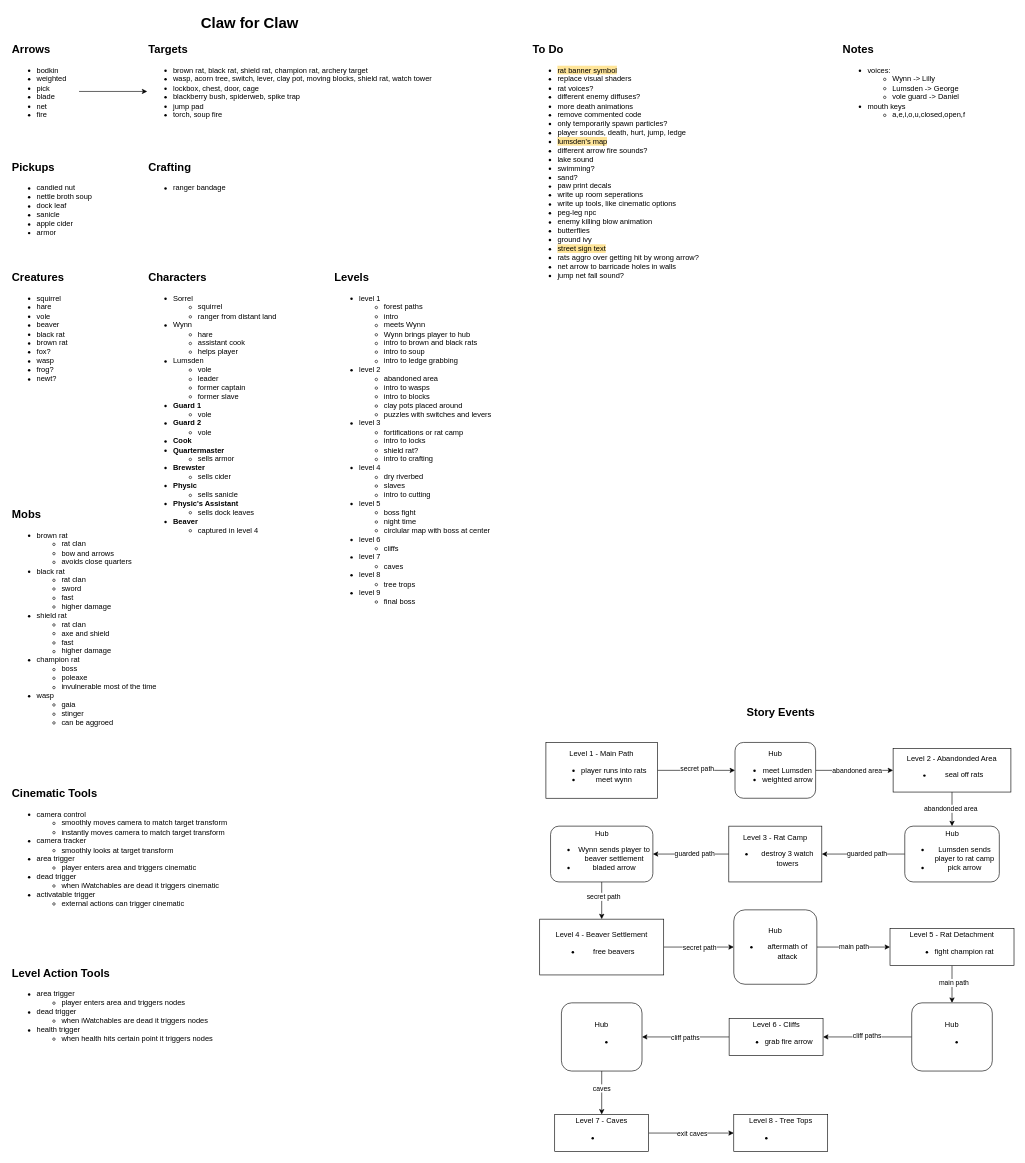
camerondedore/Godot-Project-3 keeps this draw.io diagram as Planning/design-doc.drawio. Above is the earlier version. Source tidied: cells renumbered, new cells numbered last; positions are measured from the earlier drawing's top-left corner, leaving out a move shared by most shapes. Both pictures are drawn from the tidied source at 62%, with x=0, y=0 at pixel (11, 11).
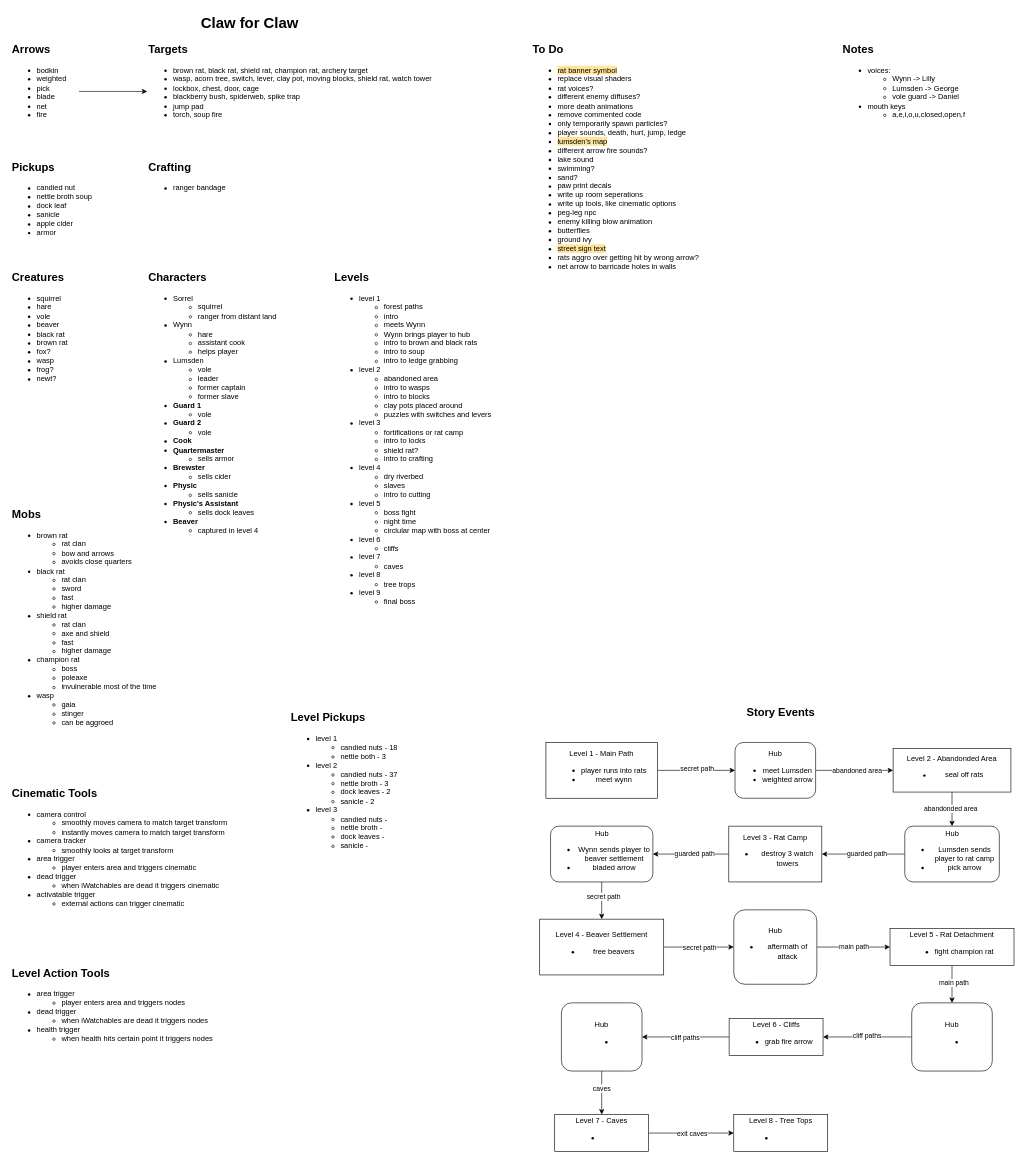
Above is the later version.

Change to the diagram source:
```diff
@@
-    <mxCell id="19" value="&lt;ul&gt;&lt;li&gt;&lt;span style=&quot;background-color: rgb(255, 229, 153);&quot;&gt;rat banner symbol&lt;/span&gt;&lt;/li&gt;&lt;li&gt;&lt;span style=&quot;background-color: transparent; color: light-dark(rgb(0, 0, 0), rgb(255, 255, 255));&quot;&gt;replace visual shaders&lt;/span&gt;&lt;/li&gt;&lt;li&gt;rat voices?&lt;/li&gt;&lt;li&gt;different enemy diffuses?&lt;/li&gt;&lt;li&gt;more death animations&lt;/li&gt;&lt;li&gt;&lt;span style=&quot;background-color: transparent; color: light-dark(rgb(0, 0, 0), rgb(255, 255, 255));&quot;&gt;remove commented code&lt;/span&gt;&lt;/li&gt;&lt;li&gt;only temporarily spawn particles?&lt;/li&gt;&lt;li&gt;player sounds, death, hurt, jump, ledge&lt;/li&gt;&lt;li&gt;&lt;font style=&quot;color: rgb(0, 0, 0); background-color: rgb(255, 229, 153);&quot;&gt;lumsden's map&lt;/font&gt;&lt;/li&gt;&lt;li&gt;different arrow fire sounds?&lt;/li&gt;&lt;li&gt;lake sound&lt;/li&gt;&lt;li&gt;swimming?&lt;/li&gt;&lt;li&gt;&lt;span&gt;sand&lt;/span&gt;?&lt;/li&gt;&lt;li&gt;paw print decals&lt;/li&gt;&lt;li&gt;&lt;span style=&quot;background-color: transparent; color: light-dark(rgb(0, 0, 0), rgb(255, 255, 255));&quot;&gt;write up room seperations&lt;/span&gt;&lt;/li&gt;&lt;li&gt;write up tools, like cinematic options&lt;/li&gt;&lt;li&gt;peg-leg npc&lt;/li&gt;&lt;li&gt;enemy killing blow animation&lt;/li&gt;&lt;li&gt;butterflies&lt;/li&gt;&lt;li&gt;ground ivy&lt;/li&gt;&lt;li&gt;&lt;span style=&quot;background-color: rgb(255, 229, 153);&quot;&gt;street sign text&lt;/span&gt;&lt;/li&gt;&lt;li&gt;&lt;span&gt;rats aggro over getting hit by wrong arrow?&lt;/span&gt;&lt;/li&gt;&lt;li&gt;net arrow to barricade holes in walls&lt;/li&gt;&lt;li&gt;&lt;span style=&quot;background-color: transparent; color: light-dark(rgb(0, 0, 0), rgb(255, 255, 255));&quot;&gt;jump net fall sound?&lt;/span&gt;&lt;/li&gt;&lt;/ul&gt;" style="text;html=1;align=left;verticalAlign=top;whiteSpace=wrap;rounded=0;" parent="1" vertex="1">
+    <mxCell id="19" value="&lt;ul&gt;&lt;li&gt;&lt;span style=&quot;background-color: rgb(255, 229, 153);&quot;&gt;rat banner symbol&lt;/span&gt;&lt;/li&gt;&lt;li&gt;&lt;span style=&quot;background-color: transparent; color: light-dark(rgb(0, 0, 0), rgb(255, 255, 255));&quot;&gt;replace visual shaders&lt;/span&gt;&lt;/li&gt;&lt;li&gt;rat voices?&lt;/li&gt;&lt;li&gt;different enemy diffuses?&lt;/li&gt;&lt;li&gt;more death animations&lt;/li&gt;&lt;li&gt;&lt;span style=&quot;background-color: transparent; color: light-dark(rgb(0, 0, 0), rgb(255, 255, 255));&quot;&gt;remove commented code&lt;/span&gt;&lt;/li&gt;&lt;li&gt;only temporarily spawn particles?&lt;/li&gt;&lt;li&gt;player sounds, death, hurt, jump, ledge&lt;/li&gt;&lt;li&gt;&lt;font style=&quot;color: rgb(0, 0, 0); background-color: rgb(255, 229, 153);&quot;&gt;lumsden's map&lt;/font&gt;&lt;/li&gt;&lt;li&gt;different arrow fire sounds?&lt;/li&gt;&lt;li&gt;lake sound&lt;/li&gt;&lt;li&gt;swimming?&lt;/li&gt;&lt;li&gt;&lt;span&gt;sand&lt;/span&gt;?&lt;/li&gt;&lt;li&gt;paw print decals&lt;/li&gt;&lt;li&gt;&lt;span style=&quot;background-color: transparent; color: light-dark(rgb(0, 0, 0), rgb(255, 255, 255));&quot;&gt;write up room seperations&lt;/span&gt;&lt;/li&gt;&lt;li&gt;write up tools, like cinematic options&lt;/li&gt;&lt;li&gt;peg-leg npc&lt;/li&gt;&lt;li&gt;enemy killing blow animation&lt;/li&gt;&lt;li&gt;butterflies&lt;/li&gt;&lt;li&gt;ground ivy&lt;/li&gt;&lt;li&gt;&lt;span style=&quot;background-color: rgb(255, 229, 153);&quot;&gt;street sign text&lt;/span&gt;&lt;/li&gt;&lt;li&gt;&lt;span&gt;rats aggro over getting hit by wrong arrow?&lt;/span&gt;&lt;/li&gt;&lt;li&gt;net arrow to barricade holes in walls&lt;/li&gt;&lt;/ul&gt;" style="text;html=1;align=left;verticalAlign=top;whiteSpace=wrap;rounded=0;" parent="1" vertex="1">
       <mxGeometry x="840" y="70" width="280" height="520" as="geometry" />
     </mxCell>
@@
+    <mxCell id="69" value="&lt;font style=&quot;font-size: 18px;&quot;&gt;Level Pickups&lt;/font&gt;" style="text;strokeColor=none;fillColor=none;html=1;fontSize=24;fontStyle=1;verticalAlign=middle;align=left;" parent="1" vertex="1">
+      <mxGeometry x="450" y="1118" width="100" height="40" as="geometry" />
+    </mxCell>
+    <mxCell id="70" value="&lt;ul&gt;&lt;li&gt;level 1&lt;/li&gt;&lt;ul&gt;&lt;li&gt;candied nuts - 18&lt;/li&gt;&lt;li&gt;nettle both - 3&lt;/li&gt;&lt;/ul&gt;&lt;li&gt;level 2&lt;/li&gt;&lt;ul&gt;&lt;li&gt;candied nuts - 37&lt;/li&gt;&lt;li&gt;nettle broth - 3&lt;/li&gt;&lt;li&gt;dock leaves - 2&lt;/li&gt;&lt;li&gt;sanicle - 2&lt;/li&gt;&lt;/ul&gt;&lt;li&gt;level 3&lt;/li&gt;&lt;ul&gt;&lt;li&gt;candied nuts -&amp;nbsp;&lt;/li&gt;&lt;li&gt;nettle broth -&amp;nbsp;&lt;/li&gt;&lt;li&gt;dock leaves -&amp;nbsp;&lt;/li&gt;&lt;li&gt;sanicle -&amp;nbsp;&lt;/li&gt;&lt;/ul&gt;&lt;/ul&gt;" style="text;html=1;align=left;verticalAlign=top;whiteSpace=wrap;rounded=0;" parent="1" vertex="1">
+      <mxGeometry x="450" y="1148" width="280" height="562" as="geometry" />
+    </mxCell>
```
